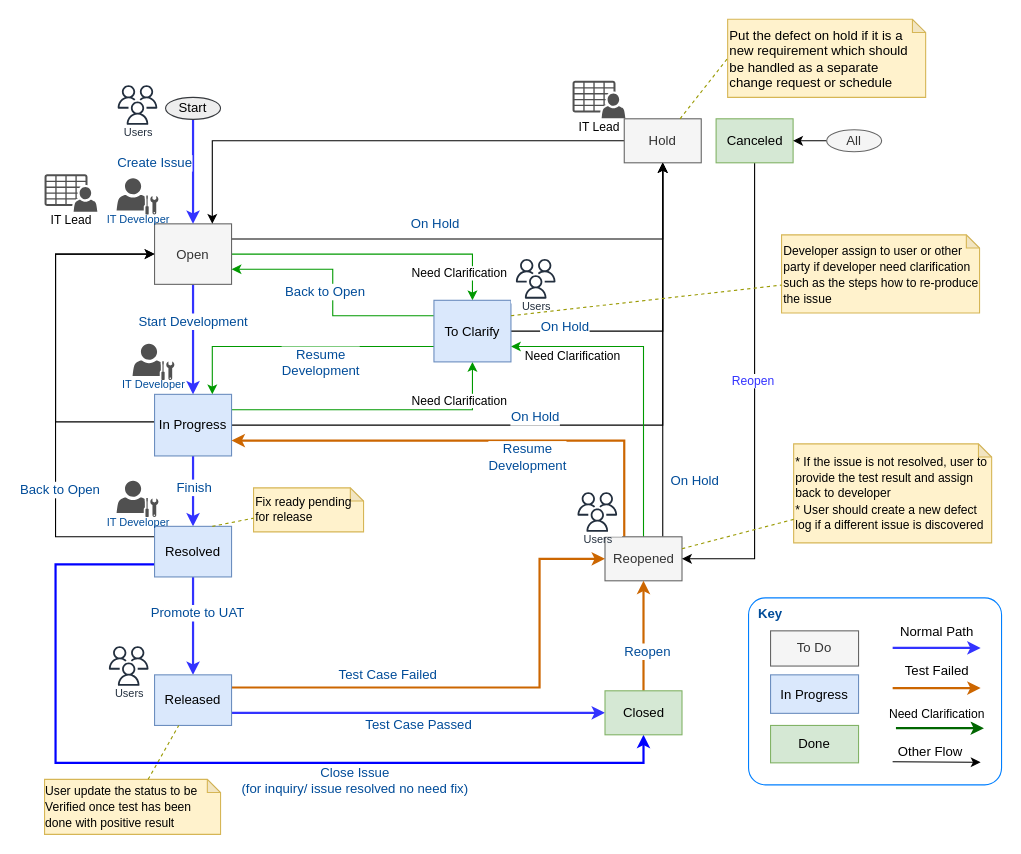
Before: page "Modified JIRA UAT Flow" (9 of 9) of Change Request Process.drawio in whalebig27/change-request-process-diagram, a draw.io diagram. Source tidied: cells renumbered, new cells numbered last; positions are measured from the earlier drawing's top-left corner, leaving out a move shared by most shapes. Both pictures are drawn from the tidied source at 110%, with x=0, y=0 at pixel (44, 19).
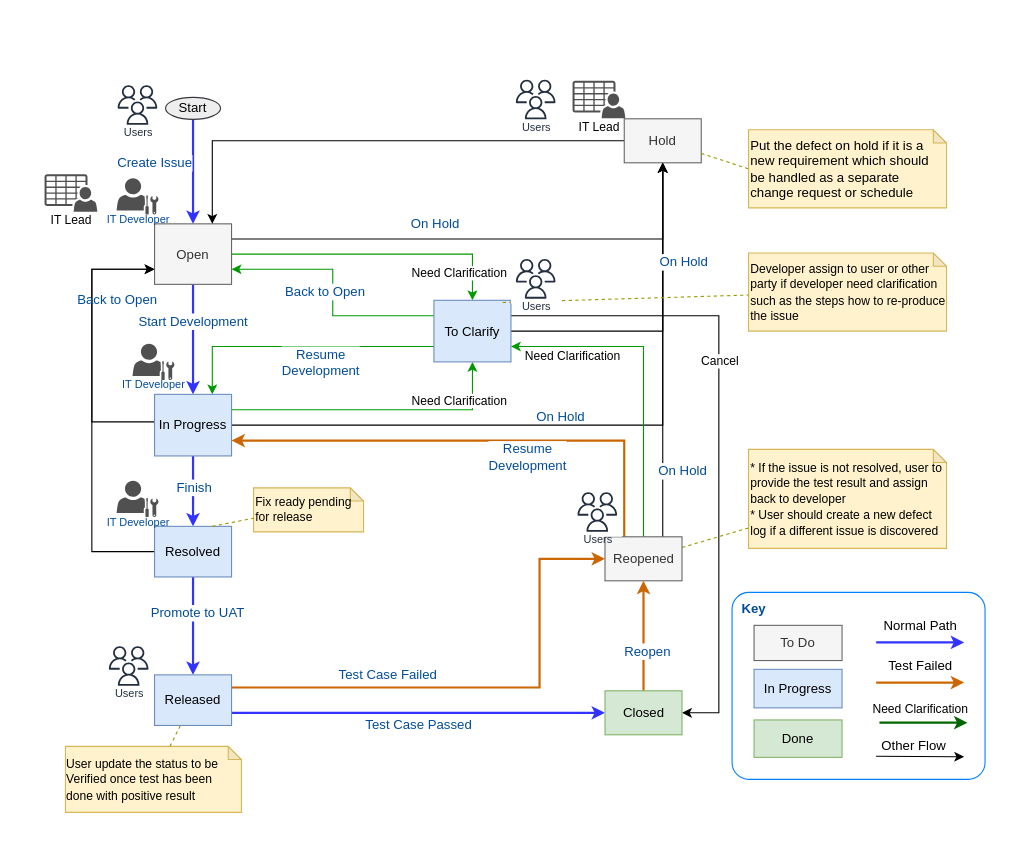
The same page after the edit.

The change refers to these unchanged cells:
```xml
<mxCell id="3" style="edgeStyle=orthogonalEdgeStyle;rounded=0;jettySize=auto;html=1;entryX=0.5;entryY=1;entryDx=0;entryDy=0;fontSize=12;fontColor=#004C99;exitX=1;exitY=0.5;exitDx=0;exitDy=0;" parent="1" edge="1" source="10" target="33">
  <mxGeometry relative="1" as="geometry" />
</mxCell>
<mxCell id="10" value="In Progress" style="rounded=0;whiteSpace=wrap;html=1;strokeColor=#6c8ebf;fontSize=12;align=center;fillColor=#dae8fc;" parent="1" vertex="1">
  <mxGeometry x="100" y="341" width="70" height="56" as="geometry" />
</mxCell>
<mxCell id="17" value="Open" style="rounded=0;whiteSpace=wrap;html=1;strokeColor=#666666;fontSize=12;align=center;fontColor=#333333;fillColor=#f5f5f5;" parent="1" vertex="1">
  <mxGeometry x="100" y="186" width="70" height="55" as="geometry" />
</mxCell>
<mxCell id="24" value="Resolved" style="rounded=0;whiteSpace=wrap;html=1;strokeColor=#6c8ebf;fontSize=12;align=center;fillColor=#dae8fc;" parent="1" vertex="1">
  <mxGeometry x="100" y="461" width="70" height="46" as="geometry" />
</mxCell>
<mxCell id="27" style="edgeStyle=orthogonalEdgeStyle;rounded=0;jettySize=auto;html=1;entryX=0.5;entryY=1;entryDx=0;entryDy=0;fontSize=12;fontColor=#004C99;exitX=0.75;exitY=0;exitDx=0;exitDy=0;" parent="1" edge="1" source="31" target="33">
  <mxGeometry relative="1" as="geometry" />
</mxCell>
<mxCell id="31" value="Reopened" style="rounded=0;whiteSpace=wrap;html=1;strokeColor=#666666;fontSize=12;align=center;fontColor=#333333;fillColor=#f5f5f5;" parent="1" vertex="1">
  <mxGeometry x="509.5" y="470.5" width="70" height="40" as="geometry" />
</mxCell>
<mxCell id="41" value="Released" style="rounded=0;whiteSpace=wrap;html=1;strokeColor=#6c8ebf;fontSize=12;align=center;fillColor=#dae8fc;" parent="1" vertex="1">
  <mxGeometry x="100" y="596" width="70" height="46" as="geometry" />
</mxCell>
<mxCell id="44" value="Closed" style="rounded=0;whiteSpace=wrap;html=1;strokeColor=#82b366;fontSize=12;align=center;fillColor=#d5e8d4;" parent="1" vertex="1">
  <mxGeometry x="509.5" y="610.5" width="70" height="40" as="geometry" />
</mxCell>
<mxCell id="49" style="edgeStyle=orthogonalEdgeStyle;rounded=0;jettySize=auto;html=1;entryX=0.5;entryY=1;entryDx=0;entryDy=0;fontSize=12;fontColor=#004C99;exitX=1;exitY=0.5;exitDx=0;exitDy=0;" parent="1" edge="1" source="51" target="33">
  <mxGeometry relative="1" as="geometry" />
</mxCell>
<mxCell id="51" value="To Clarify" style="rounded=0;whiteSpace=wrap;html=1;strokeColor=#6c8ebf;fontSize=12;align=center;fillColor=#dae8fc;" parent="1" vertex="1">
  <mxGeometry x="354" y="255.5" width="70" height="56" as="geometry" />
</mxCell>
```

The edit, as a diff of the source:
```diff
@@
     <mxCell id="2" style="rounded=1;whiteSpace=wrap;html=1;strokeColor=#007FFF;fontSize=12;fontColor=#004C99;align=left;arcSize=9;" parent="1" vertex="1">
-      <mxGeometry x="640" y="526" width="230" height="170" as="geometry" />
+      <mxGeometry x="625" y="521" width="230" height="170" as="geometry" />
     </mxCell>
@@
-    <mxCell id="4" value="On Hold" style="text;html=1;align=center;verticalAlign=middle;labelBackgroundColor=#ffffff;fontSize=12;fontColor=#004C99;" parent="3" vertex="1">
+    <mxCell id="4" value="On Hold" style="text;html=1;align=center;verticalAlign=middle;labelBackgroundColor=none;fontSize=12;fontColor=#004C99;" parent="3" vertex="1">
       <mxGeometry x="-0.44" y="-3" relative="1" as="geometry">
-        <mxPoint x="98.5" y="-11" as="offset" />
+        <mxPoint x="121.5" y="-11" as="offset" />
       </mxGeometry>
     </mxCell>
-    <mxCell id="5" style="edgeStyle=orthogonalEdgeStyle;rounded=0;jettySize=auto;html=1;entryX=0;entryY=0.5;entryDx=0;entryDy=0;fontSize=12;fontColor=#004C99;exitX=0;exitY=0.5;exitDx=0;exitDy=0;" parent="1" edge="1" source="10" target="17">
+    <mxCell id="5" style="edgeStyle=orthogonalEdgeStyle;rounded=0;jettySize=auto;html=1;fontSize=12;fontColor=#004C99;exitX=0;exitY=0.5;exitDx=0;exitDy=0;entryX=0;entryY=0.75;entryDx=0;entryDy=0;" parent="1" edge="1" source="10" target="17">
       <mxGeometry relative="1" as="geometry">
         <Array as="points">
           <mxPoint x="100" y="366" />
-          <mxPoint x="10" y="366" />
-          <mxPoint x="10" y="214" />
+          <mxPoint x="43" y="366" />
+          <mxPoint x="43" y="227" />
         </Array>
       </mxGeometry>
     </mxCell>
@@
+    <mxCell id="88" style="edgeStyle=orthogonalEdgeStyle;rounded=0;jettySize=auto;html=1;exitX=1;exitY=0.25;exitDx=0;exitDy=0;entryX=1;entryY=0.5;entryDx=0;entryDy=0;" parent="1" edge="1" source="51" target="44">
+      <mxGeometry relative="1" as="geometry">
+        <Array as="points">
+          <mxPoint x="613" y="270" />
+          <mxPoint x="613" y="631" />
+        </Array>
+      </mxGeometry>
+    </mxCell>
+    <mxCell id="89" value="Cancel" style="text;html=1;align=center;verticalAlign=middle;labelBackgroundColor=#ffffff;fontSize=11;" parent="88" vertex="1">
+      <mxGeometry x="-0.27" relative="1" as="geometry">
+        <mxPoint y="17" as="offset" />
+      </mxGeometry>
+    </mxCell>
@@
-    <mxCell id="18" style="edgeStyle=orthogonalEdgeStyle;rounded=0;jettySize=auto;html=1;entryX=0;entryY=0.5;entryDx=0;entryDy=0;fontSize=12;fontColor=#004C99;" parent="1" edge="1" target="17">
+    <mxCell id="18" style="edgeStyle=orthogonalEdgeStyle;rounded=0;jettySize=auto;html=1;entryX=0;entryY=0.75;entryDx=0;entryDy=0;fontSize=12;fontColor=#004C99;exitX=0;exitY=0.5;exitDx=0;exitDy=0;" parent="1" edge="1" source="24" target="17">
       <mxGeometry relative="1" as="geometry">
-        <mxPoint x="100" y="470.5" as="sourcePoint" />
         <Array as="points">
-          <mxPoint x="10" y="471" />
-          <mxPoint x="10" y="214" />
+          <mxPoint x="43" y="484" />
+          <mxPoint x="43" y="227" />
         </Array>
       </mxGeometry>
     </mxCell>
-    <mxCell id="19" value="Back to Open" style="text;html=1;align=center;verticalAlign=middle;labelBackgroundColor=#ffffff;fontSize=12;fontColor=#004C99;" parent="18" vertex="1">
-      <mxGeometry x="-0.39" y="-3" relative="1" as="geometry" />
+    <mxCell id="19" value="Back to Open" style="text;html=1;align=center;verticalAlign=middle;labelBackgroundColor=none;fontSize=12;fontColor=#004C99;" parent="18" vertex="1">
+      <mxGeometry x="-0.39" y="-3" relative="1" as="geometry">
+        <mxPoint x="19.5" y="-173.5" as="offset" />
+      </mxGeometry>
     </mxCell>
@@
-    <mxCell id="22" style="edgeStyle=orthogonalEdgeStyle;rounded=0;jettySize=auto;html=1;exitX=0;exitY=0.75;exitDx=0;exitDy=0;fontSize=12;fontColor=#004C99;entryX=0.5;entryY=1;entryDx=0;entryDy=0;strokeWidth=2;strokeColor=#0000FF;" parent="1" edge="1" source="24" target="44">
-      <mxGeometry relative="1" as="geometry">
-        <Array as="points">
-          <mxPoint x="10" y="496" />
-          <mxPoint x="10" y="676" />
-          <mxPoint x="545" y="676" />
-        </Array>
-      </mxGeometry>
-    </mxCell>
-    <mxCell id="23" value="&lt;div&gt;Close Issue&lt;/div&gt;&lt;div&gt;(for inquiry/ issue resolved no need fix)&lt;br&gt;&lt;/div&gt;" style="text;html=1;align=center;verticalAlign=middle;labelBackgroundColor=#ffffff;fontSize=12;fontColor=#004C99;" parent="22" vertex="1">
-      <mxGeometry x="0.06" y="-1" relative="1" as="geometry">
-        <mxPoint x="102" y="14" as="offset" />
-      </mxGeometry>
-    </mxCell>
@@
     <mxCell id="28" value="On Hold" style="text;html=1;align=center;verticalAlign=middle;labelBackgroundColor=#ffffff;fontSize=12;fontColor=#004C99;" parent="27" vertex="1">
       <mxGeometry x="-0.66" y="-2" relative="1" as="geometry">
-        <mxPoint x="26" y="6.5" as="offset" />
+        <mxPoint x="15.5" y="-2" as="offset" />
       </mxGeometry>
     </mxCell>
@@
-    <mxCell id="34" style="edgeStyle=orthogonalEdgeStyle;rounded=0;jettySize=auto;html=1;entryX=1;entryY=0.5;entryDx=0;entryDy=0;exitX=0.5;exitY=1;exitDx=0;exitDy=0;" parent="1" edge="1" source="36" target="31">
-      <mxGeometry relative="1" as="geometry">
-        <Array as="points">
-          <mxPoint x="646" y="491" />
-        </Array>
-      </mxGeometry>
-    </mxCell>
-    <mxCell id="35" value="Reopen" style="text;html=1;align=center;verticalAlign=middle;labelBackgroundColor=#ffffff;fontSize=11;fontColor=#3333FF;" parent="34" vertex="1">
-      <mxGeometry x="-0.07" y="-2" relative="1" as="geometry" />
-    </mxCell>
-    <mxCell id="36" value="Canceled" style="rounded=0;whiteSpace=wrap;html=1;strokeColor=#82b366;fontSize=12;align=center;fillColor=#d5e8d4;" parent="1" vertex="1">
-      <mxGeometry x="610.5" y="90.5" width="70" height="40" as="geometry" />
-    </mxCell>
@@
     <mxCell id="39" style="edgeStyle=orthogonalEdgeStyle;rounded=0;jettySize=auto;html=1;exitX=1;exitY=0.25;exitDx=0;exitDy=0;entryX=0;entryY=0.5;entryDx=0;entryDy=0;fontSize=12;fontColor=#004C99;strokeColor=#CC6600;strokeWidth=2;" parent="1" edge="1" source="41" target="31">
       <mxGeometry relative="1" as="geometry">
         <Array as="points">
+          <mxPoint x="170" y="608" />
           <mxPoint x="450" y="608" />
           <mxPoint x="450" y="491" />
         </Array>
       </mxGeometry>
     </mxCell>
@@
     <mxCell id="45" style="edgeStyle=orthogonalEdgeStyle;rounded=0;jettySize=auto;html=1;entryX=0.75;entryY=0;entryDx=0;entryDy=0;fontSize=12;fontColor=#004C99;exitX=0;exitY=0.75;exitDx=0;exitDy=0;strokeColor=#009900;strokeWidth=1;" parent="1" edge="1" source="51" target="10">
       <mxGeometry relative="1" as="geometry">
         <Array as="points">
-          <mxPoint x="153" y="298" />
+          <mxPoint x="152" y="298" />
         </Array>
       </mxGeometry>
     </mxCell>
@@
     <mxCell id="50" value="On Hold" style="text;html=1;align=center;verticalAlign=middle;labelBackgroundColor=#ffffff;fontSize=12;fontColor=#004C99;" parent="49" vertex="1">
-      <mxGeometry x="-0.67" y="4" relative="1" as="geometry" />
+      <mxGeometry x="-0.67" y="4" relative="1" as="geometry">
+        <mxPoint x="108.5" y="-59" as="offset" />
+      </mxGeometry>
     </mxCell>
@@
-    <mxCell id="55" style="edgeStyle=orthogonalEdgeStyle;rounded=0;jettySize=auto;html=1;fontSize=12;fontColor=#004C99;entryX=1;entryY=0.5;entryDx=0;entryDy=0;" parent="1" edge="1" source="56" target="36">
-      <mxGeometry relative="1" as="geometry" />
-    </mxCell>
-    <mxCell id="56" value="All" style="ellipse;whiteSpace=wrap;html=1;strokeColor=#666666;fontSize=12;fontColor=#333333;align=center;fillColor=#f5f5f5;" parent="1" vertex="1">
-      <mxGeometry x="711" y="100.5" width="50" height="20" as="geometry" />
-    </mxCell>
@@
     <mxCell id="59" value="&lt;div style=&quot;text-align: left&quot;&gt;&lt;span style=&quot;font-size: 11px&quot;&gt;* If the issue is not resolved, user to provide the test result and assign back to developer&lt;/span&gt;&lt;/div&gt;&lt;div style=&quot;text-align: left&quot;&gt;&lt;span style=&quot;font-size: 11px&quot;&gt;* User should create a new defect log if a different issue is discovered&lt;/span&gt;&lt;/div&gt;" style="shape=note;whiteSpace=wrap;html=1;backgroundOutline=1;darkOpacity=0.05;strokeColor=#d6b656;fontSize=12;align=left;size=12;fillColor=#fff2cc;" parent="1" vertex="1">
-      <mxGeometry x="681" y="386" width="180" height="90" as="geometry" />
+      <mxGeometry x="640" y="391" width="180" height="90" as="geometry" />
     </mxCell>
@@
     <mxCell id="61" value="&lt;div style=&quot;text-align: left&quot;&gt;&lt;span style=&quot;font-size: 11px&quot;&gt;Developer assign to user or other party if developer need clarification such as the steps how to re-produce the issue&lt;/span&gt;&lt;/div&gt;" style="shape=note;whiteSpace=wrap;html=1;backgroundOutline=1;darkOpacity=0.05;strokeColor=#d6b656;fontSize=12;align=left;size=12;fillColor=#fff2cc;" parent="1" vertex="1">
-      <mxGeometry x="670" y="196" width="180" height="71" as="geometry" />
+      <mxGeometry x="640" y="212.5" width="180" height="71" as="geometry" />
     </mxCell>
-    <mxCell id="62" style="endArrow=none;dashed=1;html=1;fontSize=12;fontColor=#004C99;exitX=1;exitY=0.25;exitDx=0;exitDy=0;strokeColor=#999900;" parent="1" edge="1" source="51" target="61">
+    <mxCell id="62" style="endArrow=none;dashed=1;html=1;fontSize=12;fontColor=#004C99;exitX=0.892;exitY=0.035;exitDx=0;exitDy=0;strokeColor=#999900;exitPerimeter=0;" parent="1" edge="1" source="51" target="61">
       <mxGeometry relative="1" as="geometry" />
     </mxCell>
     <mxCell id="63" value="&lt;div style=&quot;text-align: left&quot;&gt;&lt;span style=&quot;font-size: 11px&quot;&gt;User update the status to be Verified once test has been done with positive result&lt;/span&gt;&lt;/div&gt;" style="shape=note;whiteSpace=wrap;html=1;backgroundOutline=1;darkOpacity=0.05;strokeColor=#d6b656;fontSize=12;align=center;size=12;fillColor=#fff2cc;" parent="1" vertex="1">
-      <mxGeometry y="691" width="160" height="50" as="geometry" />
+      <mxGeometry x="19" y="661" width="160" height="60" as="geometry" />
     </mxCell>
@@
     <mxCell id="65" value="Done" style="rounded=0;whiteSpace=wrap;html=1;strokeColor=#82b366;fontSize=12;align=center;fillColor=#d5e8d4;" parent="1" vertex="1">
-      <mxGeometry x="660" y="642" width="80" height="34" as="geometry" />
+      <mxGeometry x="645" y="637" width="80" height="34" as="geometry" />
     </mxCell>
     <mxCell id="66" value="In Progress" style="rounded=0;whiteSpace=wrap;html=1;strokeColor=#6c8ebf;fontSize=12;align=center;fillColor=#dae8fc;" parent="1" vertex="1">
-      <mxGeometry x="660" y="596" width="80" height="35" as="geometry" />
+      <mxGeometry x="645" y="591" width="80" height="35" as="geometry" />
     </mxCell>
     <mxCell id="67" value="To Do" style="rounded=0;whiteSpace=wrap;html=1;strokeColor=#666666;fontSize=12;align=center;fontColor=#333333;fillColor=#f5f5f5;" parent="1" vertex="1">
-      <mxGeometry x="660" y="556" width="80" height="32" as="geometry" />
+      <mxGeometry x="645" y="551" width="80" height="32" as="geometry" />
     </mxCell>
     <mxCell id="68" value="Key" style="text;html=1;strokeColor=none;fillColor=none;align=center;verticalAlign=middle;whiteSpace=wrap;rounded=0;fontSize=12;fontColor=#004C99;fontStyle=1;" parent="1" vertex="1">
-      <mxGeometry x="640" y="531" width="40" height="20" as="geometry" />
+      <mxGeometry x="625" y="526" width="40" height="20" as="geometry" />
     </mxCell>
@@
     <mxCell id="78" value="&lt;div style=&quot;text-align: left&quot;&gt;Put the defect on hold if it is a new requirement which should be handled as a separate change request or schedule&lt;br&gt;&lt;/div&gt;" style="shape=note;whiteSpace=wrap;html=1;backgroundOutline=1;darkOpacity=0.05;strokeColor=#d6b656;fontSize=12;align=left;size=12;fillColor=#fff2cc;" parent="1" vertex="1">
-      <mxGeometry x="621" width="180" height="71" as="geometry" />
+      <mxGeometry x="640" y="100.5" width="180" height="71" as="geometry" />
     </mxCell>
@@
     <mxCell id="80" style="rounded=0;orthogonalLoop=1;jettySize=auto;html=1;fontSize=14;fontColor=#004C99;strokeColor=#3333FF;strokeWidth=2;" parent="1" edge="1">
       <mxGeometry relative="1" as="geometry">
-        <mxPoint x="771" y="571.5" as="sourcePoint" />
-        <mxPoint x="851" y="571.5" as="targetPoint" />
+        <mxPoint x="756" y="566.5" as="sourcePoint" />
+        <mxPoint x="836" y="566.5" as="targetPoint" />
       </mxGeometry>
     </mxCell>
@@
     <mxCell id="82" style="rounded=0;orthogonalLoop=1;jettySize=auto;html=1;fontSize=14;fontColor=#004C99;strokeColor=#CC6600;strokeWidth=2;" parent="1" edge="1">
       <mxGeometry relative="1" as="geometry">
-        <mxPoint x="771" y="608" as="sourcePoint" />
-        <mxPoint x="851" y="608" as="targetPoint" />
+        <mxPoint x="756" y="603" as="sourcePoint" />
+        <mxPoint x="836" y="603" as="targetPoint" />
       </mxGeometry>
     </mxCell>
@@
     <mxCell id="84" style="rounded=0;orthogonalLoop=1;jettySize=auto;html=1;fontSize=14;fontColor=#004C99;strokeColor=#006600;strokeWidth=2;" parent="1" edge="1">
       <mxGeometry relative="1" as="geometry">
-        <mxPoint x="774" y="644.5" as="sourcePoint" />
-        <mxPoint x="854" y="644.5" as="targetPoint" />
+        <mxPoint x="759" y="639.5" as="sourcePoint" />
+        <mxPoint x="839" y="639.5" as="targetPoint" />
       </mxGeometry>
     </mxCell>
@@
     <mxCell id="86" style="rounded=0;orthogonalLoop=1;jettySize=auto;html=1;" parent="1" edge="1">
       <mxGeometry relative="1" as="geometry">
-        <mxPoint x="771" y="675" as="sourcePoint" />
-        <mxPoint x="851" y="675.5" as="targetPoint" />
+        <mxPoint x="756" y="670" as="sourcePoint" />
+        <mxPoint x="836" y="670.5" as="targetPoint" />
       </mxGeometry>
     </mxCell>
@@
+    <mxCell id="90" value="Users" style="fontColor=#232F3E;gradientColor=none;strokeColor=#232F3E;fillColor=#ffffff;dashed=0;verticalLabelPosition=bottom;verticalAlign=top;align=center;html=1;fontSize=10;fontStyle=0;shape=mxgraph.aws4.resourceIcon;resIcon=mxgraph.aws4.users;spacingTop=-10;" parent="1" vertex="1">
+      <mxGeometry x="424" y="50.5" width="45" height="45" as="geometry" />
+    </mxCell>
```
